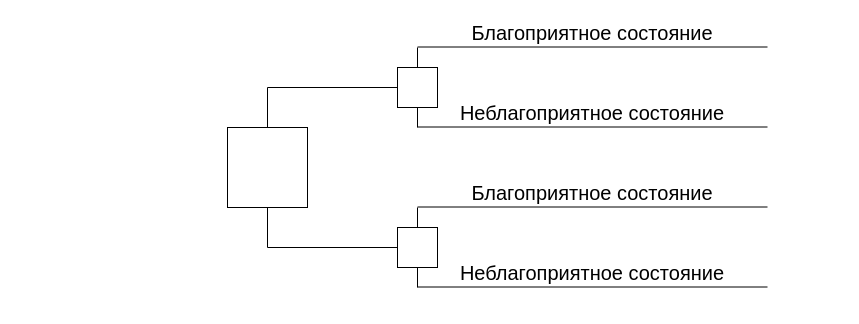
The draw.io diagram Lab3 Zad1.drawio in dibovdmitry/Project, before the edit. Source tidied: cells renumbered, new cells numbered last; positions are measured from the earlier drawing's top-left corner, leaving out a move shared by most shapes. Both pictures are drawn from the tidied source at 100%, with x=0, y=0 at pixel (227, 17).
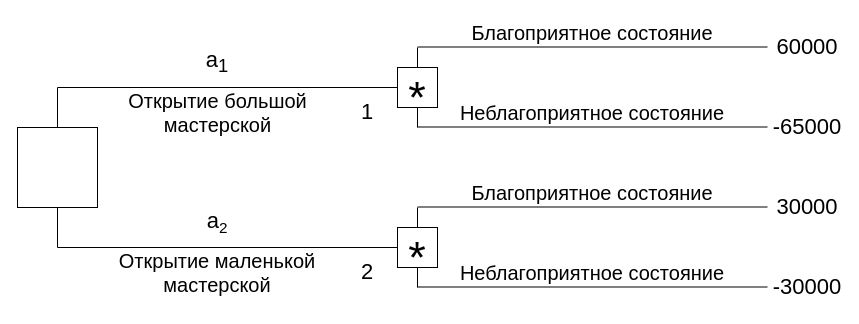
The same diagram, later.

Unchanged cells that the change refers to:
```xml
<mxCell id="4" style="whiteSpace=wrap;html=1;" parent="1" vertex="1">
  <mxGeometry x="170" y="210" width="40" height="40" as="geometry" />
</mxCell>
```

Change to the diagram source:
```diff
@@
     <mxCell id="2" style="whiteSpace=wrap;html=1;" parent="1" vertex="1">
-      <mxGeometry y="110" width="80" height="80" as="geometry" />
+      <mxGeometry x="-210" y="110" width="80" height="80" as="geometry" />
     </mxCell>
-    <mxCell id="3" style="whiteSpace=wrap;html=1;" parent="1" vertex="1">
+    <mxCell id="3" style="whiteSpace=wrap;html=1;fontSize=30;" parent="1" vertex="1">
       <mxGeometry x="170" y="50" width="40" height="40" as="geometry" />
     </mxCell>
@@
     <mxCell id="5" style="endArrow=none;html=1;rounded=0;" parent="1" edge="1">
       <mxGeometry relative="1" as="geometry">
-        <mxPoint x="40" y="110" as="sourcePoint" />
-        <mxPoint x="40" y="70" as="targetPoint" />
+        <mxPoint x="-170" y="110" as="sourcePoint" />
+        <mxPoint x="-170" y="70" as="targetPoint" />
       </mxGeometry>
     </mxCell>
     <mxCell id="6" style="endArrow=none;html=1;rounded=0;entryX=0;entryY=0.5;entryDx=0;entryDy=0;" parent="1" edge="1" target="3">
       <mxGeometry relative="1" as="geometry">
-        <mxPoint x="40" y="70" as="sourcePoint" />
+        <mxPoint x="-170" y="70" as="sourcePoint" />
       </mxGeometry>
     </mxCell>
     <mxCell id="7" style="endArrow=none;html=1;rounded=0;" parent="1" edge="1">
       <mxGeometry relative="1" as="geometry">
-        <mxPoint x="40" y="230" as="sourcePoint" />
-        <mxPoint x="40" y="190" as="targetPoint" />
+        <mxPoint x="-170" y="230" as="sourcePoint" />
+        <mxPoint x="-170" y="190" as="targetPoint" />
       </mxGeometry>
     </mxCell>
     <mxCell id="8" style="endArrow=none;html=1;rounded=0;entryX=0;entryY=0.5;entryDx=0;entryDy=0;" parent="1" edge="1" target="4">
       <mxGeometry relative="1" as="geometry">
-        <mxPoint x="40" y="230" as="sourcePoint" />
+        <mxPoint x="-170" y="230" as="sourcePoint" />
       </mxGeometry>
     </mxCell>
@@
+    <mxCell id="21" value="&lt;span style=&quot;font-size: 20px;&quot;&gt;Открытие большой мастерской&lt;/span&gt;" style="text;html=1;strokeColor=none;fillColor=none;align=center;verticalAlign=middle;whiteSpace=wrap;rounded=0;fontSize=20;" parent="1" vertex="1">
+      <mxGeometry x="-156.5" y="80" width="293" height="30" as="geometry" />
+    </mxCell>
+    <mxCell id="22" value="&lt;span style=&quot;font-size: 20px;&quot;&gt;Открытие маленькой мастерской&lt;/span&gt;" style="text;html=1;strokeColor=none;fillColor=none;align=center;verticalAlign=middle;whiteSpace=wrap;rounded=0;" parent="1" vertex="1">
+      <mxGeometry x="-140" y="240" width="260" height="30" as="geometry" />
+    </mxCell>
+    <mxCell id="23" value="*" style="text;html=1;strokeColor=none;fillColor=none;align=center;verticalAlign=middle;whiteSpace=wrap;rounded=0;fontSize=45;" parent="1" vertex="1">
+      <mxGeometry x="160" y="60" width="60" height="40" as="geometry" />
+    </mxCell>
+    <mxCell id="24" value="*" style="text;html=1;strokeColor=none;fillColor=none;align=center;verticalAlign=middle;whiteSpace=wrap;rounded=0;fontSize=45;" parent="1" vertex="1">
+      <mxGeometry x="160" y="220" width="60" height="40" as="geometry" />
+    </mxCell>
+    <mxCell id="25" value="1" style="text;html=1;strokeColor=none;fillColor=none;align=center;verticalAlign=middle;whiteSpace=wrap;rounded=0;fontSize=22;" parent="1" vertex="1">
+      <mxGeometry x="110" y="80" width="60" height="30" as="geometry" />
+    </mxCell>
+    <mxCell id="26" value="2" style="text;html=1;strokeColor=none;fillColor=none;align=center;verticalAlign=middle;whiteSpace=wrap;rounded=0;fontSize=22;" parent="1" vertex="1">
+      <mxGeometry x="110" y="240" width="60" height="30" as="geometry" />
+    </mxCell>
+    <mxCell id="27" value="a&lt;sub&gt;1&lt;/sub&gt;" style="text;html=1;strokeColor=none;fillColor=none;align=center;verticalAlign=middle;whiteSpace=wrap;rounded=0;fontSize=22;" parent="1" vertex="1">
+      <mxGeometry x="-40" y="30" width="60" height="30" as="geometry" />
+    </mxCell>
+    <mxCell id="28" value="a&lt;span style=&quot;font-size: 18.3333px;&quot;&gt;&lt;sub&gt;2&lt;/sub&gt;&lt;/span&gt;" style="text;html=1;strokeColor=none;fillColor=none;align=center;verticalAlign=middle;whiteSpace=wrap;rounded=0;fontSize=22;" parent="1" vertex="1">
+      <mxGeometry x="-40" y="190" width="60" height="30" as="geometry" />
+    </mxCell>
+    <mxCell id="29" value="60000" style="text;html=1;strokeColor=none;fillColor=none;align=center;verticalAlign=middle;whiteSpace=wrap;rounded=0;fontSize=22;" parent="1" vertex="1">
+      <mxGeometry x="550" y="10" width="60" height="40" as="geometry" />
+    </mxCell>
+    <mxCell id="30" value="-65000" style="text;html=1;strokeColor=none;fillColor=none;align=center;verticalAlign=middle;whiteSpace=wrap;rounded=0;fontSize=22;" parent="1" vertex="1">
+      <mxGeometry x="550" y="90" width="60" height="40" as="geometry" />
+    </mxCell>
+    <mxCell id="31" value="30000" style="text;html=1;strokeColor=none;fillColor=none;align=center;verticalAlign=middle;whiteSpace=wrap;rounded=0;fontSize=22;" parent="1" vertex="1">
+      <mxGeometry x="550" y="170" width="60" height="40" as="geometry" />
+    </mxCell>
+    <mxCell id="32" value="-30000" style="text;html=1;strokeColor=none;fillColor=none;align=center;verticalAlign=middle;whiteSpace=wrap;rounded=0;fontSize=22;" parent="1" vertex="1">
+      <mxGeometry x="550" y="250" width="60" height="40" as="geometry" />
+    </mxCell>
```
